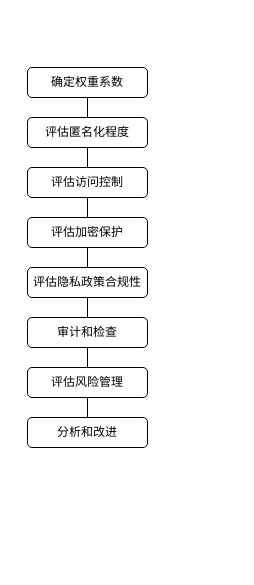
The draw.io diagram page "第 4 页" (3 of 4) of 原油专利.drawio in jue73/7339, before the edit. Source tidied: cells renumbered, new cells numbered last; positions are measured from the earlier drawing's top-left corner, leaving out a move shared by most shapes. Both pictures are drawn from the tidied source at 100%, with x=0, y=0 at pixel (27, 67).
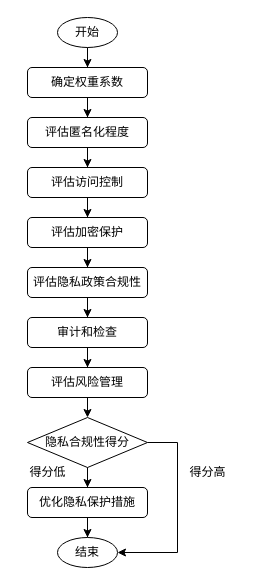
The same page after the edit.

The change refers to these unchanged cells:
```xml
<mxCell id="3" value="&lt;p class=&quot;MsoNormal&quot;&gt;确定权重系数&lt;/p&gt;" style="rounded=1;whiteSpace=wrap;html=1;" parent="1" vertex="1">
  <mxGeometry width="120" height="30" as="geometry" />
</mxCell>
<mxCell id="5" value="&lt;p class=&quot;MsoNormal&quot;&gt;评估匿名化程度&lt;/p&gt;" style="rounded=1;whiteSpace=wrap;html=1;" parent="1" vertex="1">
  <mxGeometry y="50" width="120" height="30" as="geometry" />
</mxCell>
<mxCell id="7" value="&lt;p class=&quot;MsoNormal&quot;&gt;评估加密保护&lt;/p&gt;" style="rounded=1;whiteSpace=wrap;html=1;" parent="1" vertex="1">
  <mxGeometry y="150" width="120" height="30" as="geometry" />
</mxCell>
<mxCell id="9" value="&lt;p class=&quot;MsoNormal&quot;&gt;评估访问控制&lt;/p&gt;" style="rounded=1;whiteSpace=wrap;html=1;" parent="1" vertex="1">
  <mxGeometry y="100" width="120" height="30" as="geometry" />
</mxCell>
<mxCell id="11" value="&lt;p class=&quot;MsoNormal&quot;&gt;评估隐私政策合规性&lt;/p&gt;" style="rounded=1;whiteSpace=wrap;html=1;" parent="1" vertex="1">
  <mxGeometry y="200" width="120" height="30" as="geometry" />
</mxCell>
<mxCell id="13" value="&lt;p class=&quot;MsoNormal&quot;&gt;审计和检查&lt;/p&gt;" style="rounded=1;whiteSpace=wrap;html=1;" parent="1" vertex="1">
  <mxGeometry y="250" width="120" height="30" as="geometry" />
</mxCell>
<mxCell id="15" value="&lt;p class=&quot;MsoNormal&quot;&gt;评估风险管理&lt;/p&gt;" style="rounded=1;whiteSpace=wrap;html=1;" parent="1" vertex="1">
  <mxGeometry y="300" width="120" height="30" as="geometry" />
</mxCell>
```

The edit, as a diff of the source:
```diff
@@
-    <mxCell id="2" style="edgeStyle=orthogonalEdgeStyle;rounded=0;jettySize=auto;html=1;endArrow=none;endFill=0;" parent="1" edge="1" source="3" target="5">
+    <mxCell id="2" style="edgeStyle=orthogonalEdgeStyle;rounded=0;jettySize=auto;html=1;endArrow=classic;endFill=1;" parent="1" edge="1" source="3" target="5">
       <mxGeometry relative="1" as="geometry" />
     </mxCell>
@@
-    <mxCell id="4" style="edgeStyle=orthogonalEdgeStyle;rounded=0;jettySize=auto;html=1;endArrow=none;endFill=0;" parent="1" edge="1" source="5" target="9">
+    <mxCell id="4" style="edgeStyle=orthogonalEdgeStyle;rounded=0;jettySize=auto;html=1;endArrow=classic;endFill=1;" parent="1" edge="1" source="5" target="9">
       <mxGeometry relative="1" as="geometry" />
     </mxCell>
@@
-    <mxCell id="6" style="edgeStyle=orthogonalEdgeStyle;rounded=0;jettySize=auto;html=1;entryX=0.5;entryY=0;entryDx=0;entryDy=0;endArrow=none;endFill=0;" parent="1" edge="1" source="7" target="11">
+    <mxCell id="6" style="edgeStyle=orthogonalEdgeStyle;rounded=0;jettySize=auto;html=1;entryX=0.5;entryY=0;entryDx=0;entryDy=0;endArrow=classic;endFill=1;" parent="1" edge="1" source="7" target="11">
       <mxGeometry relative="1" as="geometry" />
     </mxCell>
@@
-    <mxCell id="8" style="edgeStyle=orthogonalEdgeStyle;rounded=0;jettySize=auto;html=1;entryX=0.5;entryY=0;entryDx=0;entryDy=0;endArrow=none;endFill=0;" parent="1" edge="1" source="9" target="7">
+    <mxCell id="8" style="edgeStyle=orthogonalEdgeStyle;rounded=0;jettySize=auto;html=1;entryX=0.5;entryY=0;entryDx=0;entryDy=0;endArrow=classic;endFill=1;" parent="1" edge="1" source="9" target="7">
       <mxGeometry relative="1" as="geometry" />
     </mxCell>
@@
-    <mxCell id="10" style="edgeStyle=orthogonalEdgeStyle;rounded=0;jettySize=auto;html=1;endArrow=none;endFill=0;" parent="1" edge="1" source="11" target="13">
+    <mxCell id="10" style="edgeStyle=orthogonalEdgeStyle;rounded=0;jettySize=auto;html=1;endArrow=classic;endFill=1;" parent="1" edge="1" source="11" target="13">
       <mxGeometry relative="1" as="geometry" />
     </mxCell>
@@
-    <mxCell id="12" style="edgeStyle=orthogonalEdgeStyle;rounded=0;jettySize=auto;html=1;endArrow=none;endFill=0;" parent="1" edge="1" source="13" target="15">
+    <mxCell id="12" style="edgeStyle=orthogonalEdgeStyle;rounded=0;jettySize=auto;html=1;endArrow=classic;endFill=1;" parent="1" edge="1" source="13" target="15">
       <mxGeometry relative="1" as="geometry" />
     </mxCell>
@@
-    <mxCell id="14" style="edgeStyle=orthogonalEdgeStyle;rounded=0;jettySize=auto;html=1;entryX=0.5;entryY=0;entryDx=0;entryDy=0;endArrow=none;endFill=0;" parent="1" edge="1" source="15" target="16">
-      <mxGeometry relative="1" as="geometry" />
+    <mxCell id="14" style="edgeStyle=orthogonalEdgeStyle;rounded=0;jettySize=auto;html=1;entryX=0.5;entryY=0;entryDx=0;entryDy=0;endArrow=classic;endFill=1;" parent="1" edge="1" source="15">
+      <mxGeometry relative="1" as="geometry">
+        <mxPoint x="60" y="350" as="targetPoint" />
+      </mxGeometry>
     </mxCell>
@@
-    <mxCell id="16" value="&lt;p class=&quot;MsoNormal&quot;&gt;分析和改进&lt;/p&gt;" style="rounded=1;whiteSpace=wrap;html=1;" parent="1" vertex="1">
-      <mxGeometry y="350" width="120" height="30" as="geometry" />
-    </mxCell>
+    <mxCell id="17" style="edgeStyle=orthogonalEdgeStyle;rounded=0;jettySize=auto;html=1;entryX=0.5;entryY=0;entryDx=0;entryDy=0;" parent="1" edge="1" source="18" target="3">
+      <mxGeometry relative="1" as="geometry" />
+    </mxCell>
+    <mxCell id="18" value="开始" style="ellipse;whiteSpace=wrap;html=1;" parent="1" vertex="1">
+      <mxGeometry x="30" y="-50" width="60" height="30" as="geometry" />
+    </mxCell>
+    <mxCell id="19" style="edgeStyle=orthogonalEdgeStyle;rounded=0;jettySize=auto;html=1;entryX=0.5;entryY=0;entryDx=0;entryDy=0;" parent="1" edge="1" source="21" target="23">
+      <mxGeometry relative="1" as="geometry" />
+    </mxCell>
+    <mxCell id="20" style="edgeStyle=orthogonalEdgeStyle;rounded=0;jettySize=auto;html=1;entryX=1;entryY=0.5;entryDx=0;entryDy=0;" parent="1" edge="1" source="21" target="25">
+      <mxGeometry relative="1" as="geometry">
+        <Array as="points">
+          <mxPoint x="150" y="375" />
+          <mxPoint x="150" y="485" />
+        </Array>
+      </mxGeometry>
+    </mxCell>
+    <mxCell id="21" value="隐私合规性得分" style="rhombus;whiteSpace=wrap;html=1;" parent="1" vertex="1">
+      <mxGeometry y="350" width="120" height="50" as="geometry" />
+    </mxCell>
+    <mxCell id="22" style="edgeStyle=orthogonalEdgeStyle;rounded=0;jettySize=auto;html=1;entryX=0.5;entryY=0;entryDx=0;entryDy=0;" parent="1" edge="1" source="23" target="25">
+      <mxGeometry relative="1" as="geometry" />
+    </mxCell>
+    <mxCell id="23" value="优化隐私保护措施" style="rounded=1;whiteSpace=wrap;html=1;" parent="1" vertex="1">
+      <mxGeometry y="420" width="120" height="30" as="geometry" />
+    </mxCell>
+    <mxCell id="24" value="得分低" style="text;html=1;align=center;verticalAlign=middle;strokeColor=none;fillColor=none;" parent="1" vertex="1">
+      <mxGeometry x="-10" y="390" width="60" height="30" as="geometry" />
+    </mxCell>
+    <mxCell id="25" value="结束" style="ellipse;whiteSpace=wrap;html=1;" parent="1" vertex="1">
+      <mxGeometry x="30" y="470" width="60" height="30" as="geometry" />
+    </mxCell>
+    <mxCell id="26" value="得分高" style="text;html=1;align=center;verticalAlign=middle;strokeColor=none;fillColor=none;" parent="1" vertex="1">
+      <mxGeometry x="150" y="390" width="60" height="30" as="geometry" />
+    </mxCell>
```
